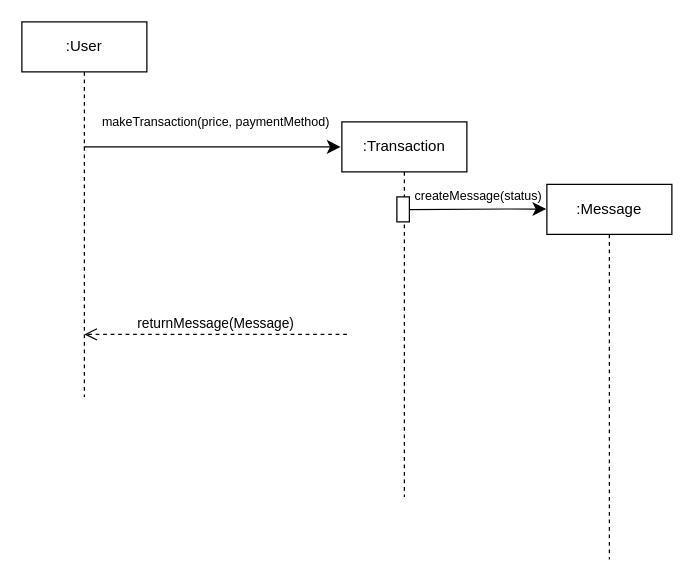
Above: page "Page-2" (2 of 2) of Workshop4.drawio in antonykimuom/SWEN30006-2025-SM1-workshop1-tuew05-14-00-team-12 (draw.io), before the change. Source tidied: cells renumbered, new cells numbered last; positions are measured from the earlier drawing's top-left corner, leaving out a move shared by most shapes. Both pictures are drawn from the tidied source at 125%, with x=0, y=0 at pixel (21, 21).
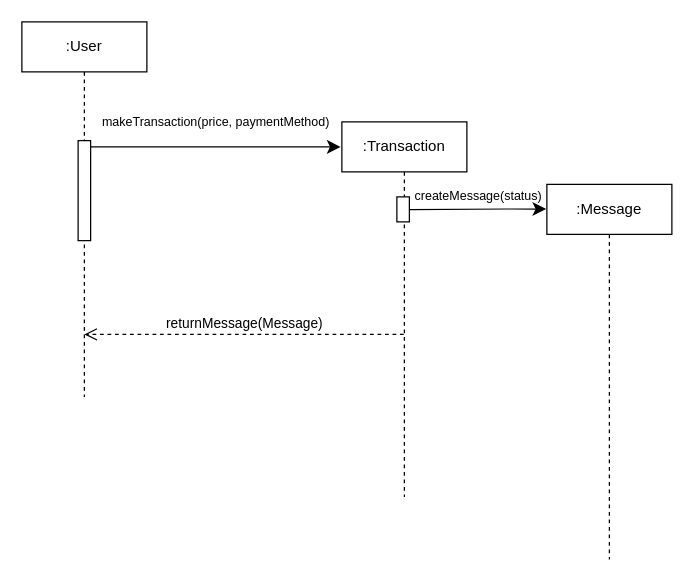
The same page after the edit.

Commit message:
Added bars and edited arrow

Change to the diagram source:
```diff
@@
 <mxGraphModel>
   <root>
     <mxCell id="0" />
     <mxCell id="1" parent="0" />
     <mxCell id="2" style="edgeStyle=none;curved=0;rounded=0;jettySize=auto;html=1;fontSize=12;startSize=8;endSize=8;" parent="1" edge="1" source="3">
       <mxGeometry relative="1" as="geometry">
         <mxPoint x="255" y="100" as="targetPoint" />
         <Array as="points">
           <mxPoint x="210" y="100" />
         </Array>
       </mxGeometry>
     </mxCell>
     <mxCell id="3" value=":User" style="shape=umlLifeline;perimeter=lifelinePerimeter;whiteSpace=wrap;html=1;outlineConnect=0;portConstraint=eastwest;newEdgeStyle={&quot;curved&quot;:0,&quot;rounded&quot;:0};" parent="1" vertex="1">
       <mxGeometry width="100" height="300" as="geometry" />
     </mxCell>
+    <mxCell id="11" style="html=1;perimeter=orthogonalPerimeter;targetShapes=umlLifeline;newEdgeStyle={&quot;curved&quot;:0,&quot;rounded&quot;:0};" parent="3" vertex="1">
+      <mxGeometry x="45" y="95" width="10" height="80" as="geometry" />
+    </mxCell>
     <mxCell id="4" value=":Message" style="shape=umlLifeline;perimeter=lifelinePerimeter;whiteSpace=wrap;html=1;newEdgeStyle={&quot;curved&quot;:0,&quot;rounded&quot;:0};" parent="1" vertex="1">
       <mxGeometry x="420" y="130" width="100" height="300" as="geometry" />
     </mxCell>
     <mxCell id="5" value=":Transaction" style="shape=umlLifeline;perimeter=lifelinePerimeter;whiteSpace=wrap;html=1;outlineConnect=0;portConstraint=eastwest;newEdgeStyle={&quot;curved&quot;:0,&quot;rounded&quot;:0};" parent="1" vertex="1">
       <mxGeometry x="256" y="80" width="100" height="300" as="geometry" />
     </mxCell>
     <mxCell id="6" style="html=1;perimeter=orthogonalPerimeter;targetShapes=umlLifeline;newEdgeStyle={&quot;curved&quot;:0,&quot;rounded&quot;:0};" parent="5" vertex="1">
       <mxGeometry x="44" y="60" width="10" height="20" as="geometry" />
     </mxCell>
     <mxCell id="7" value="makeTransaction(price, paymentMethod)" style="text;html=1;align=center;verticalAlign=middle;strokeColor=none;fillColor=none;fontSize=10;" parent="1" vertex="1">
       <mxGeometry x="50" y="65" width="210" height="30" as="geometry" />
     </mxCell>
     <mxCell id="8" style="edgeStyle=none;curved=0;rounded=0;orthogonalLoop=1;jettySize=auto;html=1;fontSize=12;startSize=8;endSize=8;" parent="1" edge="1">
       <mxGeometry relative="1" as="geometry">
         <mxPoint x="310" y="150.2" as="sourcePoint" />
         <mxPoint x="419.5" y="149.7" as="targetPoint" />
         <Array as="points">
           <mxPoint x="390" y="149.7" />
         </Array>
       </mxGeometry>
     </mxCell>
-    <mxCell id="9" value="returnMessage(Message)" style="html=1;verticalAlign=bottom;endArrow=open;dashed=1;endSize=8;curved=0;rounded=0;" parent="1" edge="1">
+    <mxCell id="9" value="returnMessage(Message)" style="html=1;verticalAlign=bottom;endArrow=open;dashed=1;endSize=8;curved=0;rounded=0;" parent="1" edge="1" source="5">
       <mxGeometry relative="1" as="geometry">
-        <mxPoint x="260" y="250" as="sourcePoint" />
         <mxPoint x="50" y="250" as="targetPoint" />
       </mxGeometry>
     </mxCell>
     <mxCell id="10" value="createMessage(status)" style="text;html=1;align=center;verticalAlign=middle;strokeColor=none;fillColor=none;fontSize=10;" parent="1" vertex="1">
       <mxGeometry x="300" y="124" width="130" height="30" as="geometry" />
     </mxCell>
   </root>
 </mxGraphModel>
```
